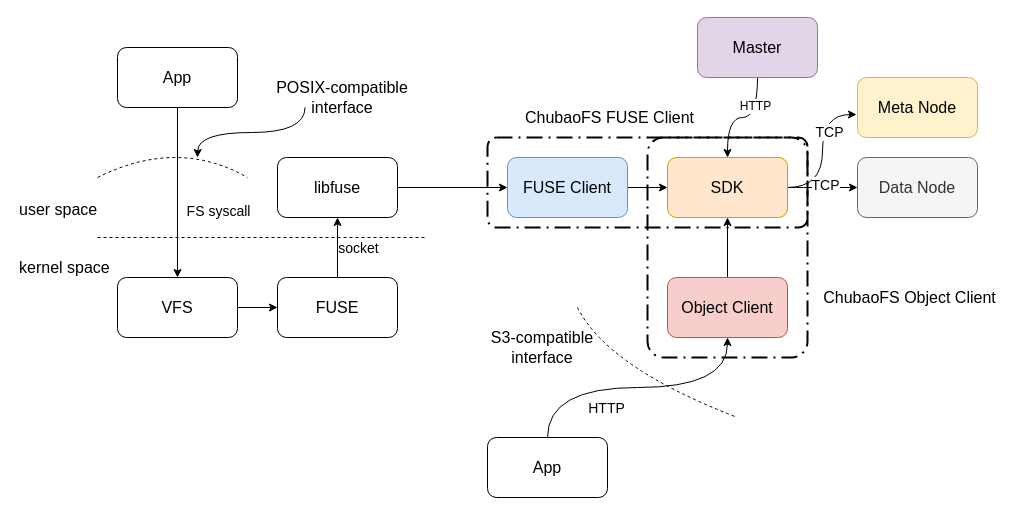
Above: chubaofs/src/chubaofs_client_flow.drawio in shuoranliu/drawio (draw.io), before the change. Source tidied: cells renumbered, new cells numbered last; positions are measured from the earlier drawing's top-left corner, leaving out a move shared by most shapes. Both pictures are drawn from the tidied source at 100%, with x=0, y=0 at pixel (17, 17).
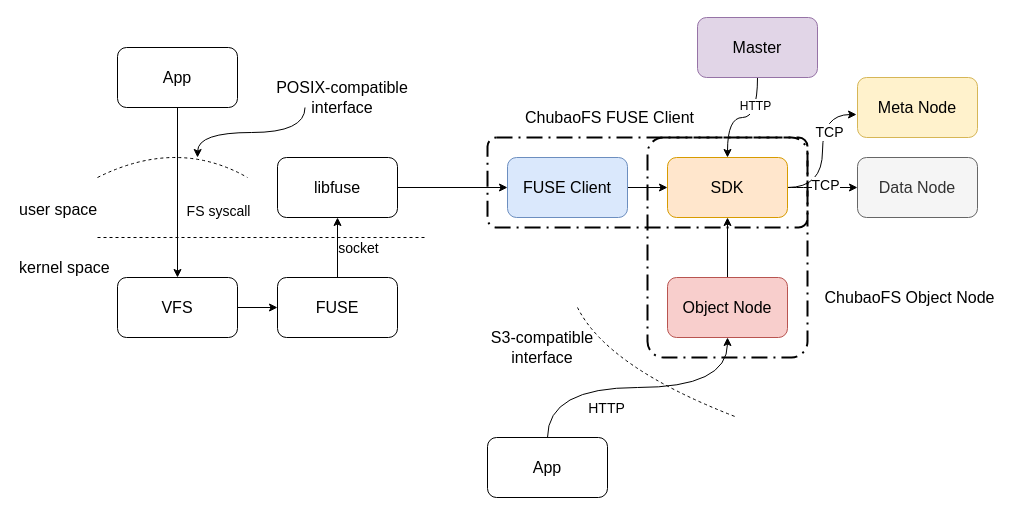
The same diagram, later.

Diff of the diagram source:
```diff
@@
-    <mxCell id="30" value="&lt;font style=&quot;font-size: 16px&quot;&gt;Object Client&lt;/font&gt;" style="rounded=1;whiteSpace=wrap;html=1;fillColor=#f8cecc;strokeColor=#b85450;" parent="1" vertex="1">
+    <mxCell id="30" value="&lt;font style=&quot;font-size: 16px&quot;&gt;Object Node&lt;/font&gt;" style="rounded=1;whiteSpace=wrap;html=1;fillColor=#f8cecc;strokeColor=#b85450;" parent="1" vertex="1">
       <mxGeometry x="650" y="260" width="120" height="60" as="geometry" />
     </mxCell>
-    <mxCell id="31" value="&lt;font style=&quot;font-size: 16px&quot;&gt;ChubaoFS Object Client&lt;br&gt;&lt;/font&gt;" style="text;html=1;strokeColor=none;fillColor=none;align=center;verticalAlign=middle;whiteSpace=wrap;rounded=0;" parent="1" vertex="1">
+    <mxCell id="31" value="&lt;font style=&quot;font-size: 16px&quot;&gt;ChubaoFS Object Node&lt;br&gt;&lt;/font&gt;" style="text;html=1;strokeColor=none;fillColor=none;align=center;verticalAlign=middle;whiteSpace=wrap;rounded=0;" parent="1" vertex="1">
       <mxGeometry x="790" y="270" width="205" height="20" as="geometry" />
     </mxCell>
```
